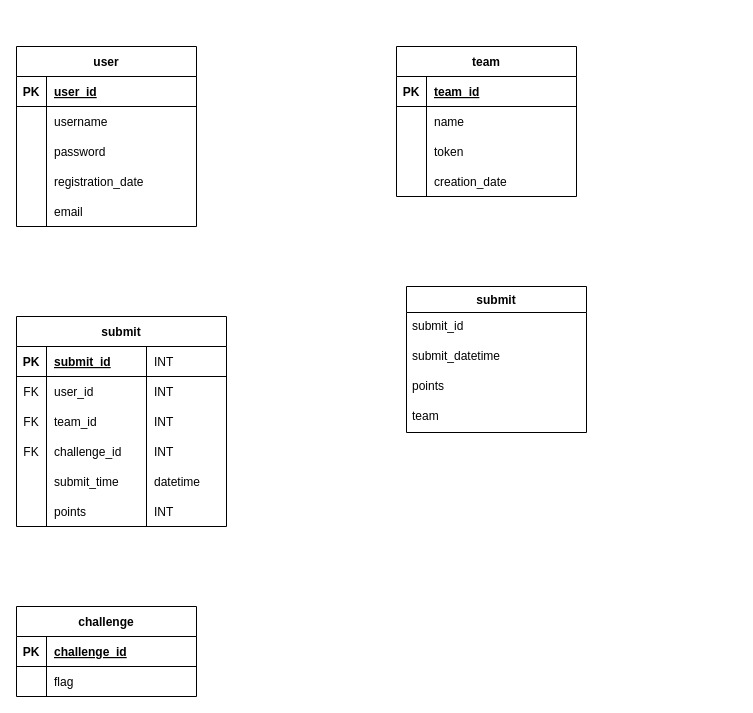
Earlier version of the draw.io diagram db/design/schema_diagram.drawio (FeeeDz/H4ckUs4t1_CTF). Source tidied: cells renumbered, new cells numbered last; positions are measured from the earlier drawing's top-left corner, leaving out a move shared by most shapes. Both pictures are drawn from the tidied source at 100%, with x=0, y=0 at pixel (16, 46).
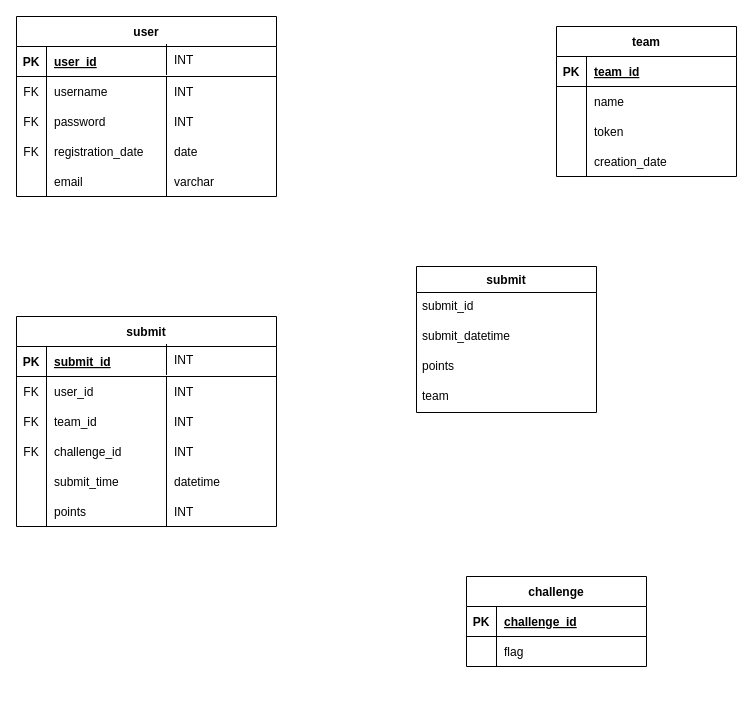
The same page after the edit.

Unchanged cells that the change refers to:
```xml
<mxCell id="66" style="group;" parent="1" vertex="1">
  <mxGeometry y="420" width="210" height="30" as="geometry" />
</mxCell>
<mxCell id="70" style="group;" parent="1" vertex="1">
  <mxGeometry y="360" width="210" height="30" as="geometry" />
</mxCell>
<mxCell id="75" style="group;" parent="1" vertex="1">
  <mxGeometry y="390" width="210" height="30" as="geometry" />
</mxCell>
```

Change to the diagram source:
```diff
@@
-    <mxCell id="2" style="shape=partialRectangle;fillColor=none;top=0;left=0;right=0;bottom=0;" parent="1" vertex="1">
-      <mxGeometry x="20" y="150" width="170" height="30" as="geometry" />
-    </mxCell>
-    <mxCell id="3" style="group;" parent="1" vertex="1">
-      <mxGeometry width="180" height="180" as="geometry" />
-    </mxCell>
-    <mxCell id="4" value="user" style="shape=table;startSize=30;childLayout=tableLayout;rowLines=0;fontStyle=1;align=center;" parent="3" vertex="1">
-      <mxGeometry width="180" height="180" as="geometry" />
-    </mxCell>
-    <mxCell id="5" style="shape=partialRectangle;fillColor=none;top=0;left=0;right=0;bottom=1;" parent="4" vertex="1">
-      <mxGeometry y="30" width="180" height="30" as="geometry" />
-    </mxCell>
-    <mxCell id="6" value="PK" style="shape=partialRectangle;overflow=hidden;fillColor=none;top=0;left=0;bottom=0;right=0;fontStyle=1;" parent="5" vertex="1">
-      <mxGeometry width="30" height="30" as="geometry" />
-    </mxCell>
-    <mxCell id="7" value="user_id" style="shape=partialRectangle;overflow=hidden;fillColor=none;top=0;left=0;bottom=0;right=0;align=left;spacingLeft=6;fontStyle=5;" parent="5" vertex="1">
-      <mxGeometry x="30" width="150" height="30" as="geometry" />
-    </mxCell>
-    <mxCell id="8" style="shape=partialRectangle;fillColor=none;top=0;left=0;right=0;bottom=0;" parent="4" vertex="1">
-      <mxGeometry y="60" width="180" height="30" as="geometry" />
-    </mxCell>
-    <mxCell id="9" style="shape=partialRectangle;overflow=hidden;fillColor=none;top=0;left=0;bottom=0;right=1;" parent="8" vertex="1">
-      <mxGeometry width="30" height="30" as="geometry" />
-    </mxCell>
-    <mxCell id="10" value="username" style="shape=partialRectangle;overflow=hidden;fillColor=none;top=0;left=0;bottom=0;right=0;align=left;spacingLeft=6;" parent="8" vertex="1">
-      <mxGeometry x="30" width="150" height="30" as="geometry" />
-    </mxCell>
-    <mxCell id="11" style="group;" parent="3" vertex="1">
-      <mxGeometry y="150" width="180" height="30" as="geometry" />
-    </mxCell>
-    <mxCell id="12" style="shape=partialRectangle;overflow=hidden;fillColor=none;top=0;left=0;bottom=0;right=1;" parent="11" vertex="1">
-      <mxGeometry width="30" height="30" as="geometry" />
-    </mxCell>
-    <mxCell id="13" value="email" style="shape=partialRectangle;overflow=hidden;fillColor=none;top=0;left=0;bottom=0;right=0;align=left;spacingLeft=6;" parent="11" vertex="1">
-      <mxGeometry x="30" width="150" height="30" as="geometry" />
-    </mxCell>
-    <mxCell id="14" style="group;" parent="3" vertex="1">
-      <mxGeometry y="120" width="180" height="30" as="geometry" />
-    </mxCell>
-    <mxCell id="15" style="shape=partialRectangle;fillColor=none;top=0;left=0;right=0;bottom=0;" parent="14" vertex="1">
-      <mxGeometry width="180" height="30" as="geometry" />
-    </mxCell>
-    <mxCell id="16" style="shape=partialRectangle;overflow=hidden;fillColor=none;top=0;left=0;bottom=0;right=1;" parent="14" vertex="1">
-      <mxGeometry width="30" height="30" as="geometry" />
-    </mxCell>
-    <mxCell id="17" value="registration_date" style="shape=partialRectangle;overflow=hidden;fillColor=none;top=0;left=0;bottom=0;right=0;align=left;spacingLeft=6;" parent="14" vertex="1">
-      <mxGeometry x="30" width="150" height="30" as="geometry" />
-    </mxCell>
-    <mxCell id="18" style="group;" parent="3" vertex="1">
-      <mxGeometry y="90" width="180" height="30" as="geometry" />
-    </mxCell>
-    <mxCell id="19" style="shape=partialRectangle;fillColor=none;top=0;left=0;right=0;bottom=0;" parent="18" vertex="1">
-      <mxGeometry width="180" height="30" as="geometry" />
-    </mxCell>
-    <mxCell id="20" style="shape=partialRectangle;overflow=hidden;fillColor=none;top=0;left=0;bottom=0;right=1;" parent="18" vertex="1">
-      <mxGeometry width="30" height="30" as="geometry" />
-    </mxCell>
-    <mxCell id="21" value="password" style="shape=partialRectangle;overflow=hidden;fillColor=none;top=0;left=0;bottom=0;right=0;align=left;spacingLeft=6;" parent="18" vertex="1">
-      <mxGeometry x="30" width="150" height="30" as="geometry" />
-    </mxCell>
     <mxCell id="22" style="group;" parent="1" vertex="1">
-      <mxGeometry x="380" width="180" height="150" as="geometry" />
+      <mxGeometry x="540" y="-20" width="180" height="150" as="geometry" />
     </mxCell>
@@
     <mxCell id="38" value="challenge" style="shape=table;startSize=30;childLayout=tableLayout;rowLines=0;fontStyle=1;align=center;" parent="1" vertex="1">
-      <mxGeometry y="560" width="180" height="90" as="geometry" />
+      <mxGeometry x="450" y="530" width="180" height="90" as="geometry" />
     </mxCell>
@@
     <mxCell id="46" value="submit" style="swimlane;fontStyle=1;horizontal=1;startSize=26;align=center;fontSize=12;" parent="1" vertex="1">
-      <mxGeometry x="390" y="240" width="180" height="146" as="geometry" />
+      <mxGeometry x="400" y="220" width="180" height="146" as="geometry" />
     </mxCell>
@@
     <mxCell id="51" value="submit" style="shape=table;startSize=30;childLayout=tableLayout;rowLines=0;fontStyle=1;align=center;" parent="1" vertex="1">
-      <mxGeometry y="270" width="210" height="210" as="geometry" />
+      <mxGeometry y="270" width="260" height="210" as="geometry" />
     </mxCell>
     <mxCell id="52" style="shape=partialRectangle;fillColor=none;top=0;left=0;right=0;bottom=1;" parent="51" vertex="1">
-      <mxGeometry y="30" width="210" height="30" as="geometry" />
+      <mxGeometry y="30" width="260" height="30" as="geometry" />
     </mxCell>
@@
     <mxCell id="54" value="submit_id" style="shape=partialRectangle;overflow=hidden;fillColor=none;top=0;left=0;bottom=0;right=0;align=left;spacingLeft=6;fontStyle=5;" parent="52" vertex="1">
-      <mxGeometry x="30" width="180" height="30" as="geometry" />
+      <mxGeometry x="30" width="230" height="30" as="geometry" />
     </mxCell>
     <mxCell id="55" style="shape=partialRectangle;fillColor=none;top=0;left=0;right=0;bottom=0;" parent="51" vertex="1">
-      <mxGeometry y="60" width="210" height="30" as="geometry" />
+      <mxGeometry y="60" width="260" height="30" as="geometry" />
     </mxCell>
@@
     <mxCell id="57" value="user_id" style="shape=partialRectangle;overflow=hidden;fillColor=none;top=0;left=0;bottom=0;right=0;align=left;spacingLeft=6;" parent="55" vertex="1">
-      <mxGeometry x="30" width="180" height="30" as="geometry" />
+      <mxGeometry x="30" width="230" height="30" as="geometry" />
     </mxCell>
@@
     <mxCell id="63" value="INT" style="shape=partialRectangle;overflow=hidden;fillColor=none;top=0;left=1;bottom=0;right=0;align=left;spacingLeft=6;" parent="1" vertex="1">
-      <mxGeometry x="130" y="450" width="80" height="30" as="geometry" />
+      <mxGeometry x="150" y="450" width="80" height="30" as="geometry" />
     </mxCell>
     <mxCell id="64" value="INT" style="shape=partialRectangle;overflow=hidden;fillColor=none;top=0;left=1;bottom=0;right=0;align=left;spacingLeft=6;" parent="1" vertex="1">
-      <mxGeometry x="130" y="330" width="80" height="30" as="geometry" />
+      <mxGeometry x="150" y="330" width="80" height="30" as="geometry" />
     </mxCell>
     <mxCell id="65" value="INT" style="shape=partialRectangle;overflow=hidden;fillColor=none;top=0;left=1;bottom=0;right=0;align=left;spacingLeft=6;" parent="1" vertex="1">
-      <mxGeometry x="130" y="300" width="80" height="30" as="geometry" />
+      <mxGeometry x="150" y="298" width="80" height="30" as="geometry" />
     </mxCell>
@@
     <mxCell id="69" value="datetime" style="shape=partialRectangle;overflow=hidden;fillColor=none;top=0;left=1;bottom=0;right=0;align=left;spacingLeft=6;" parent="66" vertex="1">
-      <mxGeometry x="130" width="80" height="30" as="geometry" />
+      <mxGeometry x="150" width="80" height="30" as="geometry" />
     </mxCell>
@@
     <mxCell id="74" value="INT" style="shape=partialRectangle;overflow=hidden;fillColor=none;top=0;left=1;bottom=0;right=0;align=left;spacingLeft=6;" parent="70" vertex="1">
-      <mxGeometry x="130" width="80" height="30" as="geometry" />
+      <mxGeometry x="150" width="80" height="30" as="geometry" />
     </mxCell>
@@
     <mxCell id="78" value="INT" style="shape=partialRectangle;overflow=hidden;fillColor=none;top=0;left=1;bottom=0;right=0;align=left;spacingLeft=6;" parent="75" vertex="1">
-      <mxGeometry x="130" width="80" height="30" as="geometry" />
+      <mxGeometry x="150" width="80" height="30" as="geometry" />
     </mxCell>
+    <mxCell id="79" style="shape=partialRectangle;fillColor=none;top=0;left=0;right=0;bottom=0;" parent="1" vertex="1">
+      <mxGeometry x="20" y="45" width="170" height="30" as="geometry" />
+    </mxCell>
+    <mxCell id="4" value="user" style="shape=table;startSize=30;childLayout=tableLayout;rowLines=0;fontStyle=1;align=center;" parent="1" vertex="1">
+      <mxGeometry y="-30" width="260" height="180" as="geometry" />
+    </mxCell>
+    <mxCell id="80" style="shape=partialRectangle;fillColor=none;top=0;left=0;right=0;bottom=1;" parent="4" vertex="1">
+      <mxGeometry y="30" width="260" height="30" as="geometry" />
+    </mxCell>
+    <mxCell id="6" value="PK" style="shape=partialRectangle;overflow=hidden;fillColor=none;top=0;left=0;bottom=0;right=0;fontStyle=1;" parent="80" vertex="1">
+      <mxGeometry width="30" height="30" as="geometry" />
+    </mxCell>
+    <mxCell id="7" value="user_id" style="shape=partialRectangle;overflow=hidden;fillColor=none;top=0;left=0;bottom=0;right=0;align=left;spacingLeft=6;fontStyle=5;" parent="80" vertex="1">
+      <mxGeometry x="30" width="230" height="30" as="geometry" />
+    </mxCell>
+    <mxCell id="81" style="shape=partialRectangle;fillColor=none;top=0;left=0;right=0;bottom=0;" parent="4" vertex="1">
+      <mxGeometry y="60" width="260" height="30" as="geometry" />
+    </mxCell>
+    <mxCell id="82" value="FK" style="shape=partialRectangle;overflow=hidden;fillColor=none;top=0;left=0;bottom=0;right=1;" parent="81" vertex="1">
+      <mxGeometry width="30" height="30" as="geometry" />
+    </mxCell>
+    <mxCell id="10" value="username" style="shape=partialRectangle;overflow=hidden;fillColor=none;top=0;left=0;bottom=0;right=0;align=left;spacingLeft=6;" parent="81" vertex="1">
+      <mxGeometry x="30" width="230" height="30" as="geometry" />
+    </mxCell>
+    <mxCell id="83" style="shape=partialRectangle;fillColor=none;top=0;left=0;right=0;bottom=0;" parent="1" vertex="1">
+      <mxGeometry y="60" width="130" height="30" as="geometry" />
+    </mxCell>
+    <mxCell id="84" style="shape=partialRectangle;fillColor=none;top=0;left=0;right=0;bottom=0;" parent="1" vertex="1">
+      <mxGeometry y="90" width="130" height="30" as="geometry" />
+    </mxCell>
+    <mxCell id="85" value="INT" style="shape=partialRectangle;overflow=hidden;fillColor=none;top=0;left=1;bottom=0;right=0;align=left;spacingLeft=6;" parent="1" vertex="1">
+      <mxGeometry x="150" y="30" width="80" height="30" as="geometry" />
+    </mxCell>
+    <mxCell id="86" value="INT" style="shape=partialRectangle;overflow=hidden;fillColor=none;top=0;left=1;bottom=0;right=0;align=left;spacingLeft=6;" parent="1" vertex="1">
+      <mxGeometry x="150" y="-2" width="80" height="30" as="geometry" />
+    </mxCell>
+    <mxCell id="87" style="group;" parent="1" vertex="1">
+      <mxGeometry y="120" width="210" height="30" as="geometry" />
+    </mxCell>
+    <mxCell id="88" style="shape=partialRectangle;overflow=hidden;fillColor=none;top=0;left=0;bottom=0;right=1;" parent="87" vertex="1">
+      <mxGeometry width="30" height="30" as="geometry" />
+    </mxCell>
+    <mxCell id="13" value="email" style="shape=partialRectangle;overflow=hidden;fillColor=none;top=0;left=0;bottom=0;right=0;align=left;spacingLeft=6;" parent="87" vertex="1">
+      <mxGeometry x="30" width="100" height="30" as="geometry" />
+    </mxCell>
+    <mxCell id="89" value="varchar" style="shape=partialRectangle;overflow=hidden;fillColor=none;top=0;left=1;bottom=0;right=0;align=left;spacingLeft=6;" parent="87" vertex="1">
+      <mxGeometry x="150" width="80" height="30" as="geometry" />
+    </mxCell>
+    <mxCell id="90" style="group;" parent="1" vertex="1">
+      <mxGeometry y="60" width="210" height="30" as="geometry" />
+    </mxCell>
+    <mxCell id="91" style="group;" parent="90" vertex="1">
+      <mxGeometry width="130" height="30" as="geometry" />
+    </mxCell>
+    <mxCell id="92" value="FK" style="shape=partialRectangle;overflow=hidden;fillColor=none;top=0;left=0;bottom=0;right=1;" parent="91" vertex="1">
+      <mxGeometry width="30" height="30" as="geometry" />
+    </mxCell>
+    <mxCell id="21" value="password" style="shape=partialRectangle;overflow=hidden;fillColor=none;top=0;left=0;bottom=0;right=0;align=left;spacingLeft=6;" parent="91" vertex="1">
+      <mxGeometry x="30" width="100" height="30" as="geometry" />
+    </mxCell>
+    <mxCell id="93" value="INT" style="shape=partialRectangle;overflow=hidden;fillColor=none;top=0;left=1;bottom=0;right=0;align=left;spacingLeft=6;" parent="90" vertex="1">
+      <mxGeometry x="150" width="80" height="30" as="geometry" />
+    </mxCell>
+    <mxCell id="94" style="group;" parent="1" vertex="1">
+      <mxGeometry y="90" width="210" height="30" as="geometry" />
+    </mxCell>
+    <mxCell id="95" value="FK" style="shape=partialRectangle;overflow=hidden;fillColor=none;top=0;left=0;bottom=0;right=1;" parent="94" vertex="1">
+      <mxGeometry width="30" height="30" as="geometry" />
+    </mxCell>
+    <mxCell id="17" value="registration_date" style="shape=partialRectangle;overflow=hidden;fillColor=none;top=0;left=0;bottom=0;right=0;align=left;spacingLeft=6;" parent="94" vertex="1">
+      <mxGeometry x="30" width="100" height="30" as="geometry" />
+    </mxCell>
+    <mxCell id="96" value="date" style="shape=partialRectangle;overflow=hidden;fillColor=none;top=0;left=1;bottom=0;right=0;align=left;spacingLeft=6;" parent="94" vertex="1">
+      <mxGeometry x="150" width="80" height="30" as="geometry" />
+    </mxCell>
```
